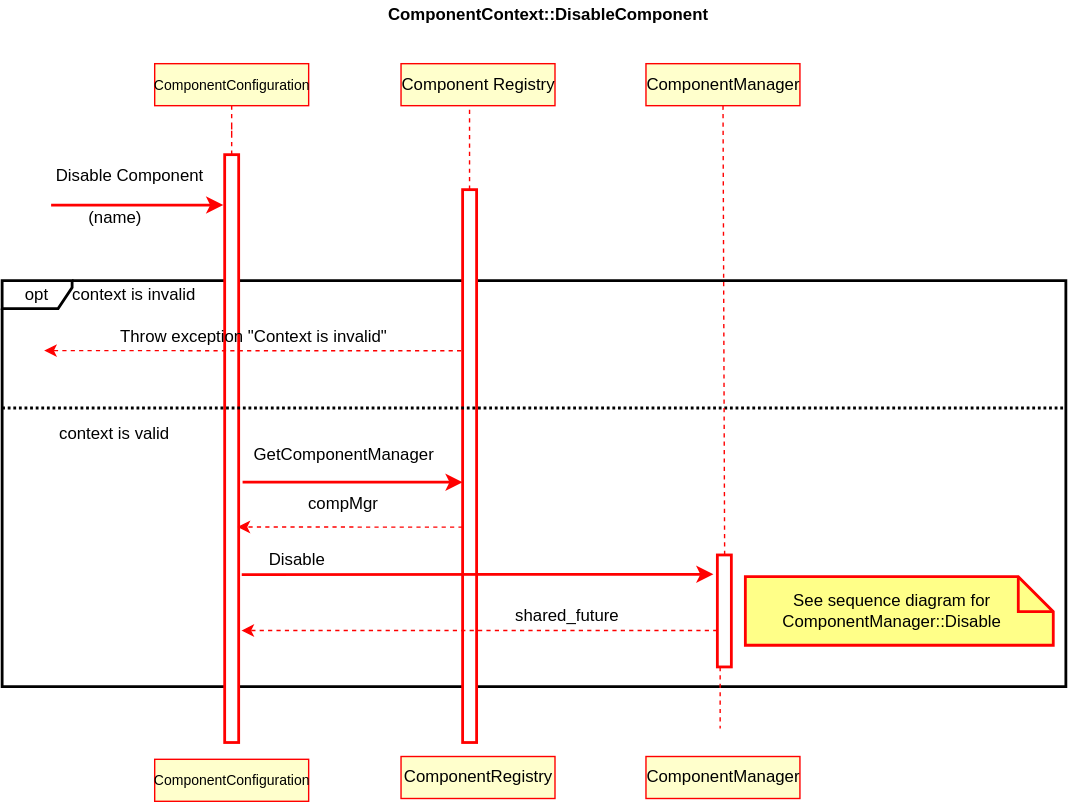
CppMicroServices/rfcs keeps this draw.io diagram as text/0003-declarative-services/ComponentContextDisableComponent.svg. Above is the earlier version. Source tidied: cells renumbered, new cells last; positions are measured from the earlier drawing's top-left corner, leaving out a move shared by most shapes.
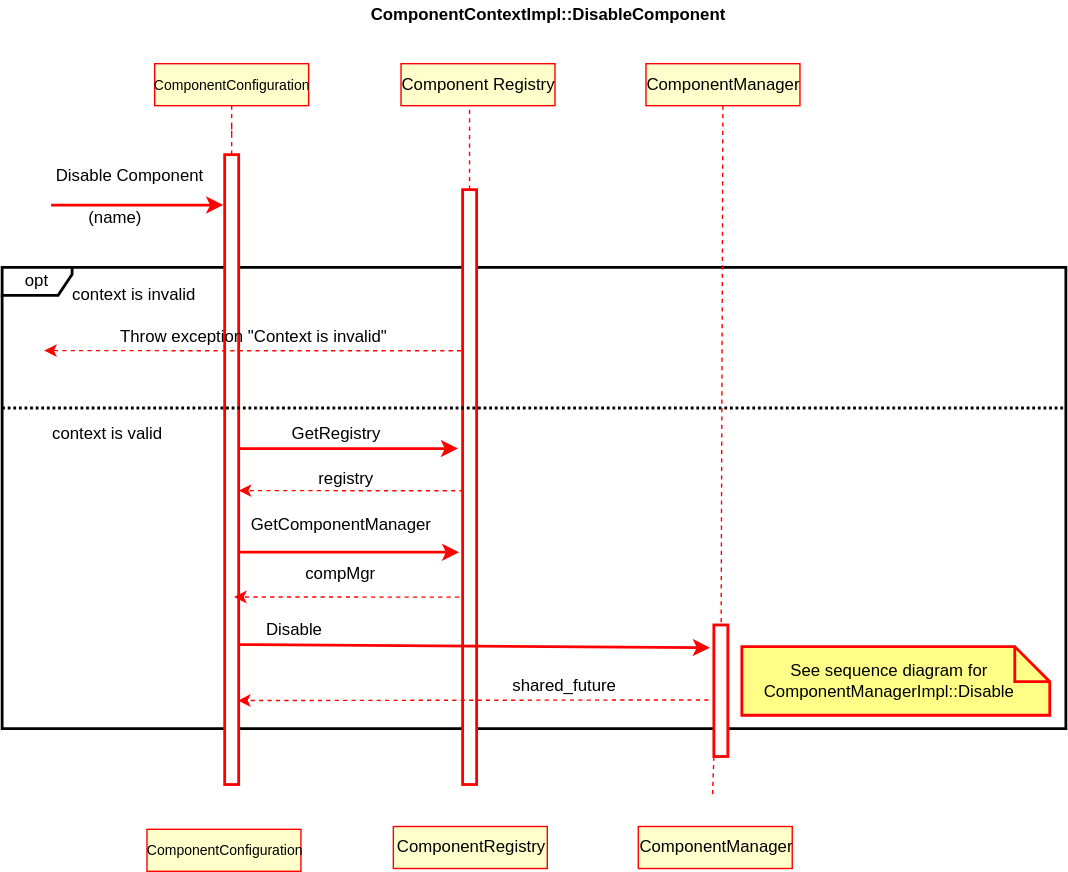
The same file after the commit.

What changed in the source:
```diff
@@ -3,10 +3,10 @@
     <mxCell id="0" />
     <mxCell id="1" parent="0" />
     <mxCell id="2" value="opt" style="shape=umlFrame;whiteSpace=wrap;html=1;strokeWidth=2;width=50;height=20;" parent="1" vertex="1">
-      <mxGeometry y="200" width="760" height="290" as="geometry" />
+      <mxGeometry y="190.5" width="760" height="329.5" as="geometry" />
     </mxCell>
     <mxCell id="3" style="html=1;points=[];perimeter=orthogonalPerimeter;strokeWidth=2;strokeColor=#FF0000;" parent="1" vertex="1">
-      <mxGeometry x="159" y="110" width="10" height="420" as="geometry" />
+      <mxGeometry x="159" y="110" width="10" height="450" as="geometry" />
     </mxCell>
     <mxCell id="4" style="edgeStyle=orthogonalEdgeStyle;rounded=0;jettySize=auto;html=1;dashed=1;endArrow=none;endFill=0;strokeColor=#FF0000;strokeWidth=1;" parent="1" edge="1" source="5" target="3">
       <mxGeometry relative="1" as="geometry" />
@@ -14,15 +14,15 @@
     <mxCell id="5" value="&lt;span style=&quot;font-size: 10px&quot;&gt;ComponentConfiguration&lt;/span&gt;" style="html=1;strokeWidth=1;strokeColor=#FF0000;fillColor=#FFFFCC;" parent="1" vertex="1">
       <mxGeometry x="109" y="45" width="110" height="30" as="geometry" />
     </mxCell>
-    <mxCell id="6" value="&lt;font style=&quot;font-size: 12px&quot;&gt;&lt;b&gt;ComponentContext::DisableComponent&lt;br&gt;&lt;/b&gt;&lt;/font&gt;" style="text;html=1;align=center;verticalAlign=middle;fontSize=10;" parent="1" vertex="1">
-      <mxGeometry x="270" width="240" height="20" as="geometry" />
+    <mxCell id="6" value="&lt;font style=&quot;font-size: 12px&quot;&gt;&lt;b&gt;ComponentContextImpl::DisableComponent&lt;br&gt;&lt;/b&gt;&lt;/font&gt;" style="text;html=1;align=center;verticalAlign=middle;fontSize=10;" parent="1" vertex="1">
+      <mxGeometry x="255" width="270" height="20" as="geometry" />
     </mxCell>
     <mxCell id="7" value="&lt;font style=&quot;font-size: 12px;&quot;&gt;Component Registry&lt;/font&gt;" style="html=1;strokeWidth=1;fontSize=12;strokeColor=#FF0000;fillColor=#FFFFCC;" parent="1" vertex="1">
       <mxGeometry x="285" y="45" width="110" height="30" as="geometry" />
     </mxCell>
     <mxCell id="8" style="edgeStyle=none;rounded=0;jettySize=auto;html=1;dashed=1;startArrow=none;startFill=0;endArrow=none;endFill=0;strokeWidth=1;fontSize=10;strokeColor=#FF0000;" parent="1" edge="1" source="24">
       <mxGeometry relative="1" as="geometry">
-        <mxPoint x="513" y="520" as="targetPoint" />
+        <mxPoint x="507.5" y="570" as="targetPoint" />
       </mxGeometry>
     </mxCell>
     <mxCell id="9" value="&lt;font style=&quot;font-size: 12px;&quot;&gt;ComponentManager&lt;/font&gt;" style="html=1;strokeWidth=1;fontSize=12;strokeColor=#FF0000;fillColor=#FFFFCC;" parent="1" vertex="1">
@@ -34,7 +34,7 @@
       </mxGeometry>
     </mxCell>
     <mxCell id="11" style="html=1;perimeter=orthogonalPerimeter;strokeWidth=2;strokeColor=#FF0000;" parent="1" vertex="1">
-      <mxGeometry x="329" y="135" width="10" height="395" as="geometry" />
+      <mxGeometry x="329" y="135" width="10" height="425" as="geometry" />
     </mxCell>
     <mxCell id="12" style="endArrow=classic;html=1;strokeColor=#FF0000;strokeWidth=2;" parent="1" edge="1">
       <mxGeometry relative="1" as="geometry">
@@ -52,66 +52,66 @@
       </mxGeometry>
     </mxCell>
     <mxCell id="15" style="shape=note2;boundedLbl=1;whiteSpace=wrap;html=1;size=25;verticalAlign=top;align=center;strokeWidth=2;fillColor=#ffff88;strokeColor=#FF0000;" parent="1" vertex="1">
-      <mxGeometry x="531" y="411.5" width="220" height="49" as="geometry" />
+      <mxGeometry x="528.5" y="461.5" width="220" height="49" as="geometry" />
     </mxCell>
-    <mxCell id="16" value="See sequence diagram for ComponentManager::Disable" style="text;html=1;strokeColor=none;fillColor=none;align=center;verticalAlign=middle;whiteSpace=wrap;rounded=0;" parent="1" vertex="1">
-      <mxGeometry x="551" y="426" width="170" height="20" as="geometry" />
+    <mxCell id="16" value="See sequence diagram for ComponentManagerImpl::Disable" style="text;html=1;strokeColor=none;fillColor=none;align=center;verticalAlign=middle;whiteSpace=wrap;rounded=0;" parent="1" vertex="1">
+      <mxGeometry x="548.5" y="476" width="170" height="20" as="geometry" />
     </mxCell>
     <mxCell id="17" value="&lt;span style=&quot;font-size: 10px&quot;&gt;ComponentConfiguration&lt;/span&gt;" style="html=1;strokeWidth=1;strokeColor=#FF0000;fillColor=#FFFFCC;" parent="1" vertex="1">
-      <mxGeometry x="109" y="542" width="110" height="30" as="geometry" />
+      <mxGeometry x="103.5" y="592" width="110" height="30" as="geometry" />
     </mxCell>
     <mxCell id="18" value="&lt;font style=&quot;font-size: 12px;&quot;&gt;ComponentRegistry&lt;/font&gt;" style="html=1;strokeWidth=1;fontSize=12;strokeColor=#FF0000;fillColor=#FFFFCC;" parent="1" vertex="1">
-      <mxGeometry x="285" y="540" width="110" height="30" as="geometry" />
+      <mxGeometry x="279.5" y="590" width="110" height="30" as="geometry" />
     </mxCell>
     <mxCell id="19" value="&lt;font style=&quot;font-size: 12px;&quot;&gt;ComponentManager&lt;/font&gt;" style="html=1;strokeWidth=1;fontSize=12;strokeColor=#FF0000;fillColor=#FFFFCC;" parent="1" vertex="1">
-      <mxGeometry x="460" y="540" width="110" height="30" as="geometry" />
+      <mxGeometry x="454.5" y="590" width="110" height="30" as="geometry" />
     </mxCell>
     <mxCell id="20" value="context is invalid" style="text;html=1;strokeColor=none;fillColor=none;align=center;verticalAlign=middle;whiteSpace=wrap;rounded=0;" parent="1" vertex="1">
       <mxGeometry x="33.5" y="200" width="121" height="20" as="geometry" />
     </mxCell>
     <mxCell id="21" style="endArrow=classic;html=1;strokeColor=#FF0000;strokeWidth=1;entryX=1.04;entryY=0.236;entryDx=0;entryDy=0;entryPerimeter=0;exitX=0.12;exitY=0.187;exitDx=0;exitDy=0;exitPerimeter=0;dashed=1;" parent="1" edge="1">
       <mxGeometry relative="1" as="geometry">
-        <mxPoint x="329" y="376.1" as="sourcePoint" />
-        <mxPoint x="168.2" y="376" as="targetPoint" />
+        <mxPoint x="326.5" y="426.1" as="sourcePoint" />
+        <mxPoint x="165.7" y="426" as="targetPoint" />
       </mxGeometry>
     </mxCell>
     <mxCell id="22" value="compMgr" style="text;html=1;strokeColor=none;fillColor=none;align=center;verticalAlign=middle;whiteSpace=wrap;rounded=0;" parent="1" vertex="1">
-      <mxGeometry x="224" y="350" width="40" height="20" as="geometry" />
+      <mxGeometry x="221.5" y="400" width="40" height="20" as="geometry" />
     </mxCell>
     <mxCell id="23" style="endArrow=classic;html=1;strokeColor=#FF0000;strokeWidth=2;entryX=-0.28;entryY=0.173;entryDx=0;entryDy=0;entryPerimeter=0;" parent="1" edge="1" target="24">
       <mxGeometry relative="1" as="geometry">
-        <mxPoint x="171.2" y="410" as="sourcePoint" />
+        <mxPoint x="168.7" y="460" as="sourcePoint" />
       </mxGeometry>
     </mxCell>
     <mxCell id="24" style="html=1;points=[];perimeter=orthogonalPerimeter;strokeWidth=2;strokeColor=#FF0000;" parent="1" vertex="1">
-      <mxGeometry x="511" y="396" width="10" height="80" as="geometry" />
+      <mxGeometry x="508.5" y="446" width="10" height="94" as="geometry" />
     </mxCell>
     <mxCell id="25" style="edgeStyle=none;rounded=0;jettySize=auto;html=1;dashed=1;startArrow=none;startFill=0;endArrow=none;endFill=0;strokeWidth=1;fontSize=10;entryX=0.52;entryY=-0.007;entryDx=0;entryDy=0;entryPerimeter=0;strokeColor=#FF0000;" parent="1" edge="1" source="9" target="24">
       <mxGeometry relative="1" as="geometry" />
     </mxCell>
     <mxCell id="26" value="Disable" style="text;html=1;strokeColor=none;fillColor=none;align=center;verticalAlign=middle;whiteSpace=wrap;rounded=0;" parent="1" vertex="1">
-      <mxGeometry x="191" y="390" width="40" height="20" as="geometry" />
+      <mxGeometry x="188.5" y="440" width="40" height="20" as="geometry" />
     </mxCell>
-    <mxCell id="27" style="endArrow=classic;html=1;strokeColor=#FF0000;strokeWidth=1;exitX=0;exitY=0.675;exitDx=0;exitDy=0;exitPerimeter=0;dashed=1;" parent="1" edge="1" source="24">
+    <mxCell id="27" style="endArrow=classic;html=1;strokeColor=#FF0000;strokeWidth=1;exitX=-0.39;exitY=0.57;exitDx=0;exitDy=0;exitPerimeter=0;dashed=1;" parent="1" edge="1" source="24">
       <mxGeometry relative="1" as="geometry">
-        <mxPoint x="171" y="450" as="targetPoint" />
+        <mxPoint x="168.5" y="500" as="targetPoint" />
       </mxGeometry>
     </mxCell>
     <mxCell id="28" value="shared_future" style="text;html=1;strokeColor=none;fillColor=none;align=center;verticalAlign=middle;whiteSpace=wrap;rounded=0;" parent="1" vertex="1">
-      <mxGeometry x="384" y="430" width="40" height="20" as="geometry" />
+      <mxGeometry x="381.5" y="480" width="40" height="20" as="geometry" />
     </mxCell>
     <mxCell id="29" style="endArrow=classic;html=1;strokeColor=#FF0000;strokeWidth=2;entryX=-0.28;entryY=0.067;entryDx=0;entryDy=0;entryPerimeter=0;" parent="1" edge="1">
       <mxGeometry relative="1" as="geometry">
-        <mxPoint x="171.8" y="344" as="sourcePoint" />
-        <mxPoint x="329" y="344" as="targetPoint" />
+        <mxPoint x="169.3" y="394" as="sourcePoint" />
+        <mxPoint x="326.5" y="394" as="targetPoint" />
         <Array as="points">
-          <mxPoint x="211" y="344" />
-          <mxPoint x="251" y="344" />
+          <mxPoint x="208.5" y="394" />
+          <mxPoint x="248.5" y="394" />
         </Array>
       </mxGeometry>
     </mxCell>
     <mxCell id="30" value="GetComponentManager" style="text;html=1;align=center;verticalAlign=middle;" parent="1" vertex="1">
-      <mxGeometry x="174" y="315" width="140" height="20" as="geometry" />
+      <mxGeometry x="171.5" y="365" width="140" height="20" as="geometry" />
     </mxCell>
     <mxCell id="31" style="endArrow=classic;html=1;strokeColor=#FF0000;strokeWidth=1;exitX=0.12;exitY=0.187;exitDx=0;exitDy=0;exitPerimeter=0;dashed=1;" parent="1" edge="1">
       <mxGeometry relative="1" as="geometry">
@@ -123,10 +123,32 @@
       <mxGeometry x="50" y="230" width="260" height="20" as="geometry" />
     </mxCell>
     <mxCell id="33" value="context is valid" style="text;html=1;strokeColor=none;fillColor=none;align=center;verticalAlign=middle;whiteSpace=wrap;rounded=0;" parent="1" vertex="1">
-      <mxGeometry x="20" y="300" width="121" height="20" as="geometry" />
+      <mxGeometry x="14.5" y="300" width="121" height="20" as="geometry" />
     </mxCell>
     <mxCell id="34" value="(name)" style="text;html=1;strokeColor=none;fillColor=none;align=center;verticalAlign=middle;whiteSpace=wrap;rounded=0;" parent="1" vertex="1">
       <mxGeometry x="60.5" y="140" width="40" height="30" as="geometry" />
     </mxCell>
+    <mxCell id="35" style="endArrow=classic;html=1;strokeColor=#FF0000;strokeWidth=2;entryX=-0.28;entryY=0.067;entryDx=0;entryDy=0;entryPerimeter=0;" parent="1" edge="1">
+      <mxGeometry relative="1" as="geometry">
+        <mxPoint x="168.5" y="320" as="sourcePoint" />
+        <mxPoint x="325.7" y="320" as="targetPoint" />
+        <Array as="points">
+          <mxPoint x="207.7" y="320" />
+          <mxPoint x="247.7" y="320" />
+        </Array>
+      </mxGeometry>
+    </mxCell>
+    <mxCell id="36" value="GetRegistry" style="text;html=1;strokeColor=none;fillColor=none;align=center;verticalAlign=middle;whiteSpace=wrap;rounded=0;" parent="1" vertex="1">
+      <mxGeometry x="219" y="300" width="40" height="20" as="geometry" />
+    </mxCell>
+    <mxCell id="37" style="endArrow=classic;html=1;strokeColor=#FF0000;strokeWidth=1;entryX=1.04;entryY=0.236;entryDx=0;entryDy=0;entryPerimeter=0;exitX=0.12;exitY=0.187;exitDx=0;exitDy=0;exitPerimeter=0;dashed=1;" parent="1" edge="1">
+      <mxGeometry relative="1" as="geometry">
+        <mxPoint x="329.8" y="350.1" as="sourcePoint" />
+        <mxPoint x="169" y="350" as="targetPoint" />
+      </mxGeometry>
+    </mxCell>
+    <mxCell id="38" value="registry" style="text;html=1;strokeColor=none;fillColor=none;align=center;verticalAlign=middle;whiteSpace=wrap;rounded=0;" parent="1" vertex="1">
+      <mxGeometry x="226" y="332" width="40" height="20" as="geometry" />
+    </mxCell>
   </root>
 </mxGraphModel>
```
